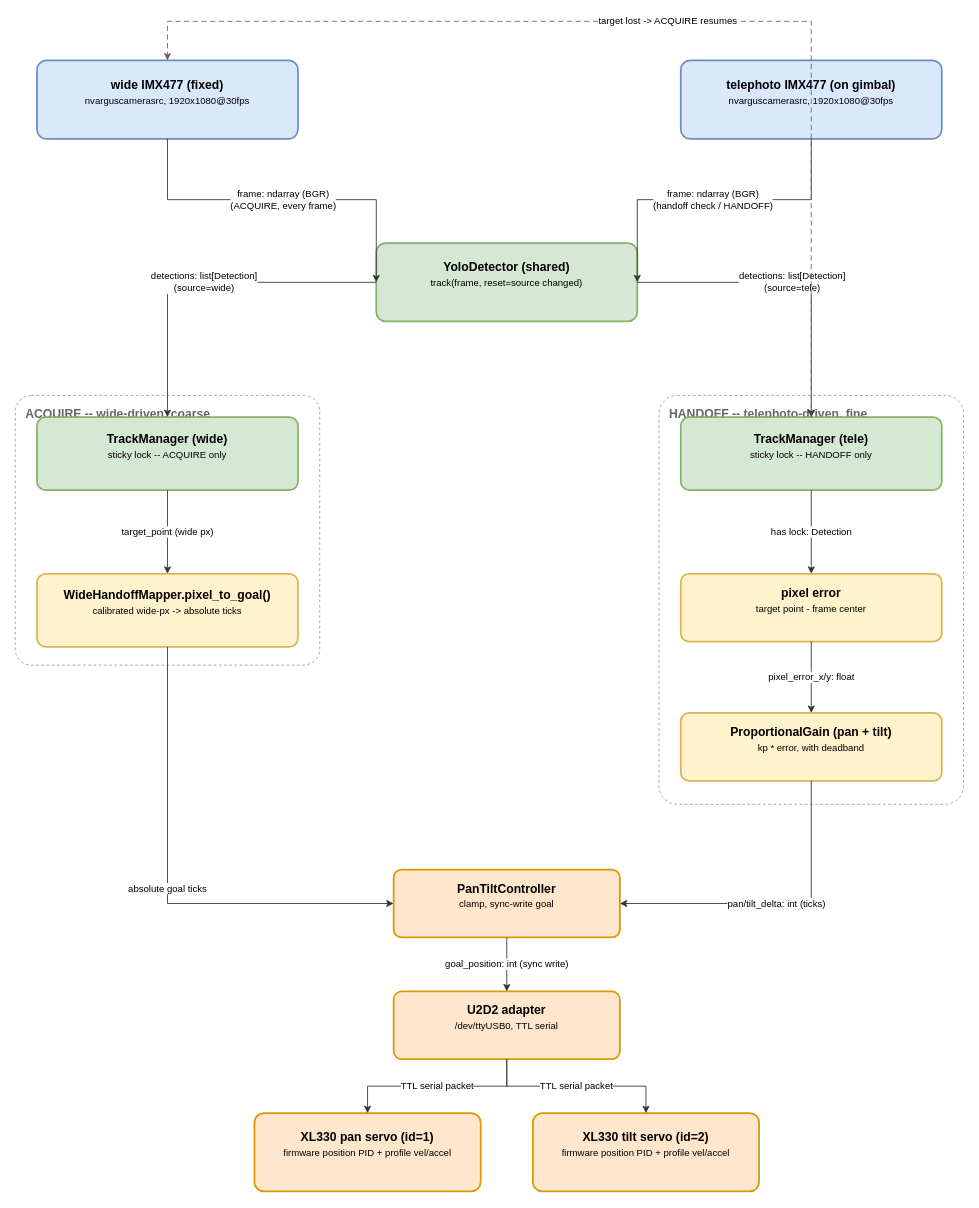
This is assets/block_diagram.drawio from beecars/pan-tilt-track, a draw.io file, before an edit. Source tidied: cells renumbered, new cells numbered last; positions are measured from the earlier drawing's top-left corner, leaving out a move shared by most shapes. Both pictures are drawn from the tidied source at 87%, with x=0, y=0 at pixel (15, 21).
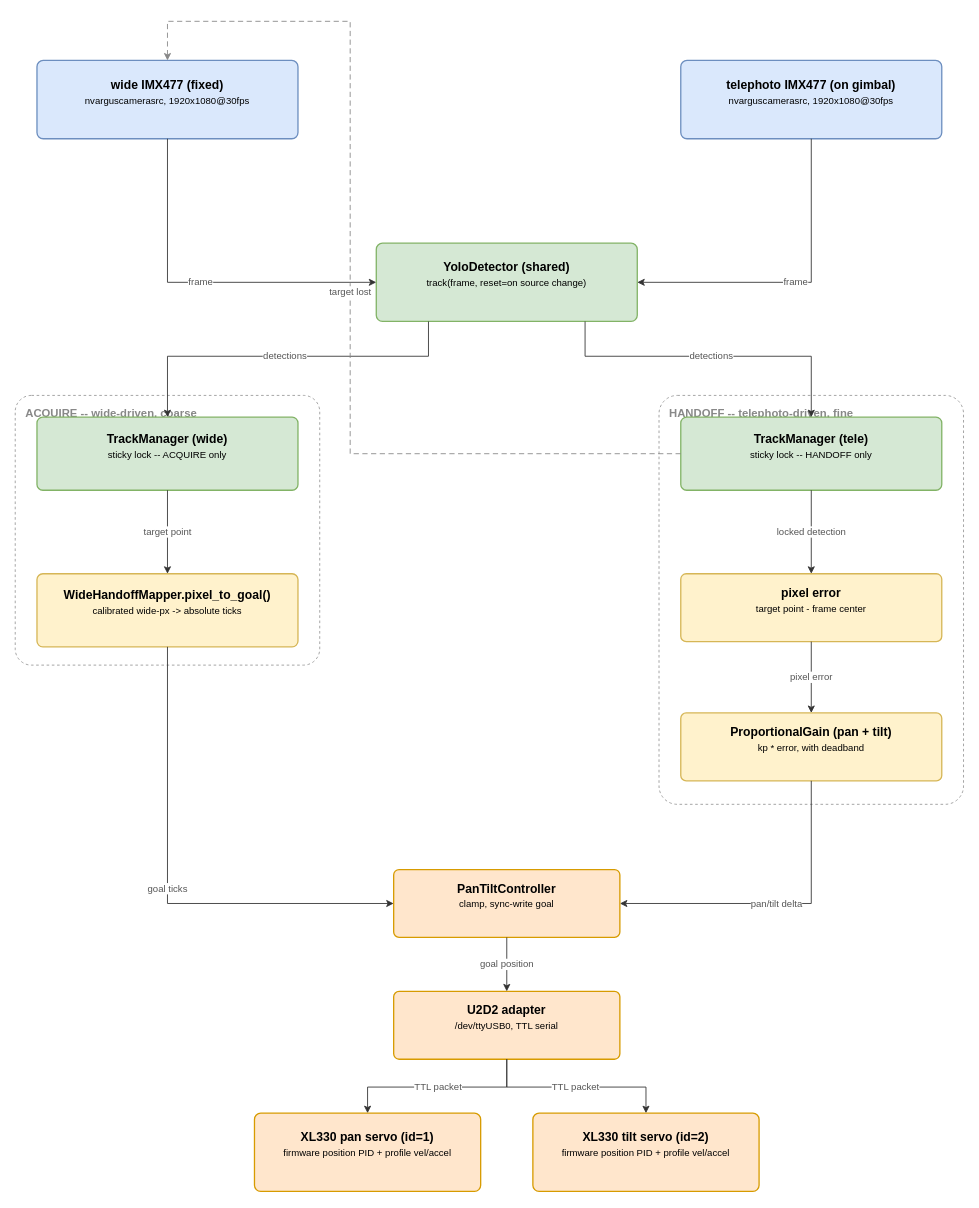
Above is the later version.

Commit message (it also covers changes not shown here):
Fix arrow collisions and shorten labels in block diagram

The edit, as a diff of the source:
```diff
@@
-    <mxCell id="2" value="ACQUIRE -- wide-driven, coarse" style="rounded=1;arcSize=6;dashed=1;whiteSpace=wrap;html=1;fillColor=none;strokeColor=#999999;verticalAlign=top;align=left;fontColor=#666666;fontStyle=1;fontSize=14;spacingLeft=10;spacingTop=6;" parent="1" vertex="1">
+    <mxCell id="2" value="ACQUIRE -- wide-driven, coarse" style="rounded=1;arcSize=6;dashed=1;whiteSpace=wrap;html=1;fillColor=none;strokeColor=#999999;verticalAlign=top;align=left;fontColor=#888888;fontStyle=1;fontSize=13;spacingLeft=10;spacingTop=6;" parent="1" vertex="1">
       <mxGeometry y="430" width="350" height="310" as="geometry" />
     </mxCell>
-    <mxCell id="3" value="HANDOFF -- telephoto-driven, fine" style="rounded=1;arcSize=6;dashed=1;whiteSpace=wrap;html=1;fillColor=none;strokeColor=#999999;verticalAlign=top;align=left;fontColor=#666666;fontStyle=1;fontSize=14;spacingLeft=10;spacingTop=6;" parent="1" vertex="1">
+    <mxCell id="3" value="HANDOFF -- telephoto-driven, fine" style="rounded=1;arcSize=6;dashed=1;whiteSpace=wrap;html=1;fillColor=none;strokeColor=#999999;verticalAlign=top;align=left;fontColor=#888888;fontStyle=1;fontSize=13;spacingLeft=10;spacingTop=6;" parent="1" vertex="1">
       <mxGeometry x="740" y="430" width="350" height="470" as="geometry" />
     </mxCell>
-    <mxCell id="4" value="wide IMX477 (fixed)&lt;div style=&quot;font-weight:normal;font-size:11px;margin-top:4px;&quot;&gt;nvarguscamerasrc, 1920x1080@30fps&lt;/div&gt;" style="rounded=1;arcSize=12;whiteSpace=wrap;html=1;fillColor=#dae8fc;strokeColor=#6c8ebf;strokeWidth=2;fontSize=14;fontStyle=1;verticalAlign=middle;spacingBottom=18;" parent="1" vertex="1">
+    <mxCell id="4" value="wide IMX477 (fixed)&lt;div style=&quot;font-weight:normal;font-size:11px;margin-top:4px;&quot;&gt;nvarguscamerasrc, 1920x1080@30fps&lt;/div&gt;" style="rounded=1;arcSize=8;whiteSpace=wrap;html=1;fillColor=#dae8fc;strokeColor=#6c8ebf;strokeWidth=1.5;fontSize=14;fontStyle=1;verticalAlign=middle;spacingBottom=18;" parent="1" vertex="1">
       <mxGeometry x="25" y="45" width="300" height="90" as="geometry" />
     </mxCell>
-    <mxCell id="5" value="telephoto IMX477 (on gimbal)&lt;div style=&quot;font-weight:normal;font-size:11px;margin-top:4px;&quot;&gt;nvarguscamerasrc, 1920x1080@30fps&lt;/div&gt;" style="rounded=1;arcSize=12;whiteSpace=wrap;html=1;fillColor=#dae8fc;strokeColor=#6c8ebf;strokeWidth=2;fontSize=14;fontStyle=1;verticalAlign=middle;spacingBottom=18;" parent="1" vertex="1">
+    <mxCell id="5" value="telephoto IMX477 (on gimbal)&lt;div style=&quot;font-weight:normal;font-size:11px;margin-top:4px;&quot;&gt;nvarguscamerasrc, 1920x1080@30fps&lt;/div&gt;" style="rounded=1;arcSize=8;whiteSpace=wrap;html=1;fillColor=#dae8fc;strokeColor=#6c8ebf;strokeWidth=1.5;fontSize=14;fontStyle=1;verticalAlign=middle;spacingBottom=18;" parent="1" vertex="1">
       <mxGeometry x="765" y="45" width="300" height="90" as="geometry" />
     </mxCell>
-    <mxCell id="6" value="YoloDetector (shared)&lt;div style=&quot;font-weight:normal;font-size:11px;margin-top:4px;&quot;&gt;track(frame, reset=source changed)&lt;/div&gt;" style="rounded=1;arcSize=12;whiteSpace=wrap;html=1;fillColor=#d5e8d4;strokeColor=#82b366;strokeWidth=2;fontSize=14;fontStyle=1;verticalAlign=middle;spacingBottom=18;" parent="1" vertex="1">
+    <mxCell id="6" value="YoloDetector (shared)&lt;div style=&quot;font-weight:normal;font-size:11px;margin-top:4px;&quot;&gt;track(frame, reset=on source change)&lt;/div&gt;" style="rounded=1;arcSize=8;whiteSpace=wrap;html=1;fillColor=#d5e8d4;strokeColor=#82b366;strokeWidth=1.5;fontSize=14;fontStyle=1;verticalAlign=middle;spacingBottom=18;" parent="1" vertex="1">
       <mxGeometry x="415" y="255" width="300" height="90" as="geometry" />
     </mxCell>
-    <mxCell id="7" value="TrackManager (wide)&lt;div style=&quot;font-weight:normal;font-size:11px;margin-top:4px;&quot;&gt;sticky lock -- ACQUIRE only&lt;/div&gt;" style="rounded=1;arcSize=12;whiteSpace=wrap;html=1;fillColor=#d5e8d4;strokeColor=#82b366;strokeWidth=2;fontSize=14;fontStyle=1;verticalAlign=middle;spacingBottom=18;" parent="1" vertex="1">
+    <mxCell id="7" value="TrackManager (wide)&lt;div style=&quot;font-weight:normal;font-size:11px;margin-top:4px;&quot;&gt;sticky lock -- ACQUIRE only&lt;/div&gt;" style="rounded=1;arcSize=8;whiteSpace=wrap;html=1;fillColor=#d5e8d4;strokeColor=#82b366;strokeWidth=1.5;fontSize=14;fontStyle=1;verticalAlign=middle;spacingBottom=18;" parent="1" vertex="1">
       <mxGeometry x="25" y="455" width="300" height="84" as="geometry" />
     </mxCell>
-    <mxCell id="8" value="TrackManager (tele)&lt;div style=&quot;font-weight:normal;font-size:11px;margin-top:4px;&quot;&gt;sticky lock -- HANDOFF only&lt;/div&gt;" style="rounded=1;arcSize=12;whiteSpace=wrap;html=1;fillColor=#d5e8d4;strokeColor=#82b366;strokeWidth=2;fontSize=14;fontStyle=1;verticalAlign=middle;spacingBottom=18;" parent="1" vertex="1">
+    <mxCell id="8" value="TrackManager (tele)&lt;div style=&quot;font-weight:normal;font-size:11px;margin-top:4px;&quot;&gt;sticky lock -- HANDOFF only&lt;/div&gt;" style="rounded=1;arcSize=8;whiteSpace=wrap;html=1;fillColor=#d5e8d4;strokeColor=#82b366;strokeWidth=1.5;fontSize=14;fontStyle=1;verticalAlign=middle;spacingBottom=18;" parent="1" vertex="1">
       <mxGeometry x="765" y="455" width="300" height="84" as="geometry" />
     </mxCell>
-    <mxCell id="9" value="WideHandoffMapper.pixel_to_goal()&lt;div style=&quot;font-weight:normal;font-size:11px;margin-top:4px;&quot;&gt;calibrated wide-px -&gt; absolute ticks&lt;/div&gt;" style="rounded=1;arcSize=12;whiteSpace=wrap;html=1;fillColor=#fff2cc;strokeColor=#d6b656;strokeWidth=2;fontSize=14;fontStyle=1;verticalAlign=middle;spacingBottom=18;" parent="1" vertex="1">
+    <mxCell id="9" value="WideHandoffMapper.pixel_to_goal()&lt;div style=&quot;font-weight:normal;font-size:11px;margin-top:4px;&quot;&gt;calibrated wide-px -&gt; absolute ticks&lt;/div&gt;" style="rounded=1;arcSize=8;whiteSpace=wrap;html=1;fillColor=#fff2cc;strokeColor=#d6b656;strokeWidth=1.5;fontSize=14;fontStyle=1;verticalAlign=middle;spacingBottom=18;" parent="1" vertex="1">
       <mxGeometry x="25" y="635" width="300" height="84" as="geometry" />
     </mxCell>
-    <mxCell id="10" value="pixel error&lt;div style=&quot;font-weight:normal;font-size:11px;margin-top:4px;&quot;&gt;target point - frame center&lt;/div&gt;" style="rounded=1;arcSize=12;whiteSpace=wrap;html=1;fillColor=#fff2cc;strokeColor=#d6b656;strokeWidth=2;fontSize=14;fontStyle=1;verticalAlign=middle;spacingBottom=18;" parent="1" vertex="1">
+    <mxCell id="10" value="pixel error&lt;div style=&quot;font-weight:normal;font-size:11px;margin-top:4px;&quot;&gt;target point - frame center&lt;/div&gt;" style="rounded=1;arcSize=8;whiteSpace=wrap;html=1;fillColor=#fff2cc;strokeColor=#d6b656;strokeWidth=1.5;fontSize=14;fontStyle=1;verticalAlign=middle;spacingBottom=18;" parent="1" vertex="1">
       <mxGeometry x="765" y="635" width="300" height="78" as="geometry" />
     </mxCell>
-    <mxCell id="11" value="ProportionalGain (pan + tilt)&lt;div style=&quot;font-weight:normal;font-size:11px;margin-top:4px;&quot;&gt;kp * error, with deadband&lt;/div&gt;" style="rounded=1;arcSize=12;whiteSpace=wrap;html=1;fillColor=#fff2cc;strokeColor=#d6b656;strokeWidth=2;fontSize=14;fontStyle=1;verticalAlign=middle;spacingBottom=18;" parent="1" vertex="1">
+    <mxCell id="11" value="ProportionalGain (pan + tilt)&lt;div style=&quot;font-weight:normal;font-size:11px;margin-top:4px;&quot;&gt;kp * error, with deadband&lt;/div&gt;" style="rounded=1;arcSize=8;whiteSpace=wrap;html=1;fillColor=#fff2cc;strokeColor=#d6b656;strokeWidth=1.5;fontSize=14;fontStyle=1;verticalAlign=middle;spacingBottom=18;" parent="1" vertex="1">
       <mxGeometry x="765" y="795" width="300" height="78" as="geometry" />
     </mxCell>
-    <mxCell id="12" value="PanTiltController&lt;div style=&quot;font-weight:normal;font-size:11px;margin-top:4px;&quot;&gt;clamp, sync-write goal&lt;/div&gt;" style="rounded=1;arcSize=12;whiteSpace=wrap;html=1;fillColor=#ffe6cc;strokeColor=#d79b00;strokeWidth=2;fontSize=14;fontStyle=1;verticalAlign=middle;spacingBottom=18;" parent="1" vertex="1">
+    <mxCell id="12" value="PanTiltController&lt;div style=&quot;font-weight:normal;font-size:11px;margin-top:4px;&quot;&gt;clamp, sync-write goal&lt;/div&gt;" style="rounded=1;arcSize=8;whiteSpace=wrap;html=1;fillColor=#ffe6cc;strokeColor=#d79b00;strokeWidth=1.5;fontSize=14;fontStyle=1;verticalAlign=middle;spacingBottom=18;" parent="1" vertex="1">
       <mxGeometry x="435" y="975" width="260" height="78" as="geometry" />
     </mxCell>
-    <mxCell id="13" value="U2D2 adapter&lt;div style=&quot;font-weight:normal;font-size:11px;margin-top:4px;&quot;&gt;/dev/ttyUSB0, TTL serial&lt;/div&gt;" style="rounded=1;arcSize=12;whiteSpace=wrap;html=1;fillColor=#ffe6cc;strokeColor=#d79b00;strokeWidth=2;fontSize=14;fontStyle=1;verticalAlign=middle;spacingBottom=18;" parent="1" vertex="1">
+    <mxCell id="13" value="U2D2 adapter&lt;div style=&quot;font-weight:normal;font-size:11px;margin-top:4px;&quot;&gt;/dev/ttyUSB0, TTL serial&lt;/div&gt;" style="rounded=1;arcSize=8;whiteSpace=wrap;html=1;fillColor=#ffe6cc;strokeColor=#d79b00;strokeWidth=1.5;fontSize=14;fontStyle=1;verticalAlign=middle;spacingBottom=18;" parent="1" vertex="1">
       <mxGeometry x="435" y="1115" width="260" height="78" as="geometry" />
     </mxCell>
-    <mxCell id="14" value="XL330 pan servo (id=1)&lt;div style=&quot;font-weight:normal;font-size:11px;margin-top:4px;&quot;&gt;firmware position PID + profile vel/accel&lt;/div&gt;" style="rounded=1;arcSize=12;whiteSpace=wrap;html=1;fillColor=#ffe6cc;strokeColor=#d79b00;strokeWidth=2;fontSize=14;fontStyle=1;verticalAlign=middle;spacingBottom=18;" parent="1" vertex="1">
+    <mxCell id="14" value="XL330 pan servo (id=1)&lt;div style=&quot;font-weight:normal;font-size:11px;margin-top:4px;&quot;&gt;firmware position PID + profile vel/accel&lt;/div&gt;" style="rounded=1;arcSize=8;whiteSpace=wrap;html=1;fillColor=#ffe6cc;strokeColor=#d79b00;strokeWidth=1.5;fontSize=14;fontStyle=1;verticalAlign=middle;spacingBottom=18;" parent="1" vertex="1">
       <mxGeometry x="275" y="1255" width="260" height="90" as="geometry" />
     </mxCell>
-    <mxCell id="15" value="XL330 tilt servo (id=2)&lt;div style=&quot;font-weight:normal;font-size:11px;margin-top:4px;&quot;&gt;firmware position PID + profile vel/accel&lt;/div&gt;" style="rounded=1;arcSize=12;whiteSpace=wrap;html=1;fillColor=#ffe6cc;strokeColor=#d79b00;strokeWidth=2;fontSize=14;fontStyle=1;verticalAlign=middle;spacingBottom=18;" parent="1" vertex="1">
+    <mxCell id="15" value="XL330 tilt servo (id=2)&lt;div style=&quot;font-weight:normal;font-size:11px;margin-top:4px;&quot;&gt;firmware position PID + profile vel/accel&lt;/div&gt;" style="rounded=1;arcSize=8;whiteSpace=wrap;html=1;fillColor=#ffe6cc;strokeColor=#d79b00;strokeWidth=1.5;fontSize=14;fontStyle=1;verticalAlign=middle;spacingBottom=18;" parent="1" vertex="1">
       <mxGeometry x="595" y="1255" width="260" height="90" as="geometry" />
     </mxCell>
-    <mxCell id="16" value="frame: ndarray (BGR)&#10;(ACQUIRE, every frame)" style="edgeStyle=orthogonalEdgeStyle;rounded=0;html=1;strokeColor=#333333;exitX=0.5;exitY=1;exitDx=0;exitDy=0;entryX=0;entryY=0.5;entryDx=0;entryDy=0;fontSize=11;" parent="1" edge="1" source="4" target="6">
+    <mxCell id="16" value="frame" style="edgeStyle=orthogonalEdgeStyle;rounded=0;html=1;strokeColor=#333333;exitX=0.500;exitY=1.000;exitDx=0;exitDy=0;entryX=0.000;entryY=0.500;entryDx=0;entryDy=0;fontSize=11;fontColor=#555555;labelBackgroundColor=#ffffff;" parent="1" edge="1" source="4" target="6">
       <mxGeometry relative="1" as="geometry">
         <Array as="points">
-          <mxPoint x="175" y="205" />
-          <mxPoint x="415" y="205" />
+          <mxPoint x="175" y="300" />
         </Array>
       </mxGeometry>
     </mxCell>
-    <mxCell id="17" value="frame: ndarray (BGR)&#10;(handoff check / HANDOFF)" style="edgeStyle=orthogonalEdgeStyle;rounded=0;html=1;strokeColor=#333333;exitX=0.5;exitY=1;exitDx=0;exitDy=0;entryX=1;entryY=0.5;entryDx=0;entryDy=0;fontSize=11;" parent="1" edge="1" source="5" target="6">
+    <mxCell id="17" value="frame" style="edgeStyle=orthogonalEdgeStyle;rounded=0;html=1;strokeColor=#333333;exitX=0.500;exitY=1.000;exitDx=0;exitDy=0;entryX=1.000;entryY=0.500;entryDx=0;entryDy=0;fontSize=11;fontColor=#555555;labelBackgroundColor=#ffffff;" parent="1" edge="1" source="5" target="6">
       <mxGeometry relative="1" as="geometry">
         <Array as="points">
-          <mxPoint x="915" y="205" />
-          <mxPoint x="715" y="205" />
+          <mxPoint x="915" y="300" />
         </Array>
       </mxGeometry>
     </mxCell>
-    <mxCell id="18" value="detections: list[Detection]&#10;(source=wide)" style="edgeStyle=orthogonalEdgeStyle;rounded=0;html=1;strokeColor=#333333;exitX=0;exitY=0.5;exitDx=0;exitDy=0;entryX=0.5;entryY=0;entryDx=0;entryDy=0;fontSize=11;" parent="1" edge="1" source="6" target="7">
-      <mxGeometry relative="1" as="geometry" />
+    <mxCell id="18" value="detections" style="edgeStyle=orthogonalEdgeStyle;rounded=0;html=1;strokeColor=#333333;exitX=0.200;exitY=1.000;exitDx=0;exitDy=0;entryX=0.500;entryY=0.000;entryDx=0;entryDy=0;fontSize=11;fontColor=#555555;labelBackgroundColor=#ffffff;" parent="1" edge="1" source="6" target="7">
+      <mxGeometry relative="1" as="geometry">
+        <Array as="points">
+          <mxPoint x="475" y="385" />
+          <mxPoint x="175" y="385" />
+        </Array>
+      </mxGeometry>
     </mxCell>
-    <mxCell id="19" value="detections: list[Detection]&#10;(source=tele)" style="edgeStyle=orthogonalEdgeStyle;rounded=0;html=1;strokeColor=#333333;exitX=1;exitY=0.5;exitDx=0;exitDy=0;entryX=0.5;entryY=0;entryDx=0;entryDy=0;fontSize=11;" parent="1" edge="1" source="6" target="8">
-      <mxGeometry relative="1" as="geometry" />
+    <mxCell id="19" value="detections" style="edgeStyle=orthogonalEdgeStyle;rounded=0;html=1;strokeColor=#333333;exitX=0.800;exitY=1.000;exitDx=0;exitDy=0;entryX=0.500;entryY=0.000;entryDx=0;entryDy=0;fontSize=11;fontColor=#555555;labelBackgroundColor=#ffffff;" parent="1" edge="1" source="6" target="8">
+      <mxGeometry relative="1" as="geometry">
+        <Array as="points">
+          <mxPoint x="655" y="385" />
+          <mxPoint x="915" y="385" />
+        </Array>
+      </mxGeometry>
     </mxCell>
-    <mxCell id="20" value="target_point (wide px)" style="edgeStyle=orthogonalEdgeStyle;rounded=0;html=1;strokeColor=#333333;exitX=0.5;exitY=1;exitDx=0;exitDy=0;entryX=0.5;entryY=0;entryDx=0;entryDy=0;fontSize=11;" parent="1" edge="1" source="7" target="9">
+    <mxCell id="20" value="target point" style="edgeStyle=orthogonalEdgeStyle;rounded=0;html=1;strokeColor=#333333;exitX=0.500;exitY=1.000;exitDx=0;exitDy=0;entryX=0.500;entryY=0.000;entryDx=0;entryDy=0;fontSize=11;fontColor=#555555;labelBackgroundColor=#ffffff;" parent="1" edge="1" source="7" target="9">
       <mxGeometry relative="1" as="geometry" />
     </mxCell>
-    <mxCell id="21" value="absolute goal ticks" style="edgeStyle=orthogonalEdgeStyle;rounded=0;html=1;strokeColor=#333333;exitX=0.5;exitY=1;exitDx=0;exitDy=0;entryX=0;entryY=0.5;entryDx=0;entryDy=0;fontSize=11;" parent="1" edge="1" source="9" target="12">
-      <mxGeometry relative="1" as="geometry" />
+    <mxCell id="21" value="goal ticks" style="edgeStyle=orthogonalEdgeStyle;rounded=0;html=1;strokeColor=#333333;exitX=0.500;exitY=1.000;exitDx=0;exitDy=0;entryX=0.000;entryY=0.500;entryDx=0;entryDy=0;fontSize=11;fontColor=#555555;labelBackgroundColor=#ffffff;" parent="1" edge="1" source="9" target="12">
+      <mxGeometry relative="1" as="geometry">
+        <Array as="points">
+          <mxPoint x="175" y="1014" />
+        </Array>
+      </mxGeometry>
     </mxCell>
-    <mxCell id="22" value="has lock: Detection" style="edgeStyle=orthogonalEdgeStyle;rounded=0;html=1;strokeColor=#333333;exitX=0.5;exitY=1;exitDx=0;exitDy=0;entryX=0.5;entryY=0;entryDx=0;entryDy=0;fontSize=11;" parent="1" edge="1" source="8" target="10">
+    <mxCell id="22" value="locked detection" style="edgeStyle=orthogonalEdgeStyle;rounded=0;html=1;strokeColor=#333333;exitX=0.500;exitY=1.000;exitDx=0;exitDy=0;entryX=0.500;entryY=0.000;entryDx=0;entryDy=0;fontSize=11;fontColor=#555555;labelBackgroundColor=#ffffff;" parent="1" edge="1" source="8" target="10">
       <mxGeometry relative="1" as="geometry" />
     </mxCell>
-    <mxCell id="23" value="pixel_error_x/y: float" style="edgeStyle=orthogonalEdgeStyle;rounded=0;html=1;strokeColor=#333333;exitX=0.5;exitY=1;exitDx=0;exitDy=0;entryX=0.5;entryY=0;entryDx=0;entryDy=0;fontSize=11;" parent="1" edge="1" source="10" target="11">
+    <mxCell id="23" value="pixel error" style="edgeStyle=orthogonalEdgeStyle;rounded=0;html=1;strokeColor=#333333;exitX=0.500;exitY=1.000;exitDx=0;exitDy=0;entryX=0.500;entryY=0.000;entryDx=0;entryDy=0;fontSize=11;fontColor=#555555;labelBackgroundColor=#ffffff;" parent="1" edge="1" source="10" target="11">
       <mxGeometry relative="1" as="geometry" />
     </mxCell>
-    <mxCell id="24" value="pan/tilt_delta: int (ticks)" style="edgeStyle=orthogonalEdgeStyle;rounded=0;html=1;strokeColor=#333333;exitX=0.5;exitY=1;exitDx=0;exitDy=0;entryX=1;entryY=0.5;entryDx=0;entryDy=0;fontSize=11;" parent="1" edge="1" source="11" target="12">
-      <mxGeometry relative="1" as="geometry" />
+    <mxCell id="24" value="pan/tilt delta" style="edgeStyle=orthogonalEdgeStyle;rounded=0;html=1;strokeColor=#333333;exitX=0.500;exitY=1.000;exitDx=0;exitDy=0;entryX=1.000;entryY=0.500;entryDx=0;entryDy=0;fontSize=11;fontColor=#555555;labelBackgroundColor=#ffffff;" parent="1" edge="1" source="11" target="12">
+      <mxGeometry relative="1" as="geometry">
+        <Array as="points">
+          <mxPoint x="915" y="1014" />
+        </Array>
+      </mxGeometry>
     </mxCell>
-    <mxCell id="25" value="goal_position: int (sync write)" style="edgeStyle=orthogonalEdgeStyle;rounded=0;html=1;strokeColor=#333333;exitX=0.5;exitY=1;exitDx=0;exitDy=0;entryX=0.5;entryY=0;entryDx=0;entryDy=0;fontSize=11;" parent="1" edge="1" source="12" target="13">
+    <mxCell id="25" value="goal position" style="edgeStyle=orthogonalEdgeStyle;rounded=0;html=1;strokeColor=#333333;exitX=0.500;exitY=1.000;exitDx=0;exitDy=0;entryX=0.500;entryY=0.000;entryDx=0;entryDy=0;fontSize=11;fontColor=#555555;labelBackgroundColor=#ffffff;" parent="1" edge="1" source="12" target="13">
       <mxGeometry relative="1" as="geometry" />
     </mxCell>
-    <mxCell id="26" value="TTL serial packet" style="edgeStyle=orthogonalEdgeStyle;rounded=0;html=1;strokeColor=#333333;exitX=0.5;exitY=1;exitDx=0;exitDy=0;entryX=0.5;entryY=0;entryDx=0;entryDy=0;fontSize=11;" parent="1" edge="1" source="13" target="14">
-      <mxGeometry relative="1" as="geometry" />
+    <mxCell id="26" value="TTL packet" style="edgeStyle=orthogonalEdgeStyle;rounded=0;html=1;strokeColor=#333333;exitX=0.500;exitY=1.000;exitDx=0;exitDy=0;entryX=0.500;entryY=0.000;entryDx=0;entryDy=0;fontSize=11;fontColor=#555555;labelBackgroundColor=#ffffff;" parent="1" edge="1" source="13" target="14">
+      <mxGeometry relative="1" as="geometry">
+        <Array as="points">
+          <mxPoint x="565" y="1225" />
+          <mxPoint x="405" y="1225" />
+        </Array>
+      </mxGeometry>
     </mxCell>
-    <mxCell id="27" value="TTL serial packet" style="edgeStyle=orthogonalEdgeStyle;rounded=0;html=1;strokeColor=#333333;exitX=0.5;exitY=1;exitDx=0;exitDy=0;entryX=0.5;entryY=0;entryDx=0;entryDy=0;fontSize=11;" parent="1" edge="1" source="13" target="15">
-      <mxGeometry relative="1" as="geometry" />
+    <mxCell id="27" value="TTL packet" style="edgeStyle=orthogonalEdgeStyle;rounded=0;html=1;strokeColor=#333333;exitX=0.500;exitY=1.000;exitDx=0;exitDy=0;entryX=0.500;entryY=0.000;entryDx=0;entryDy=0;fontSize=11;fontColor=#555555;labelBackgroundColor=#ffffff;" parent="1" edge="1" source="13" target="15">
+      <mxGeometry relative="1" as="geometry">
+        <Array as="points">
+          <mxPoint x="565" y="1225" />
+          <mxPoint x="725" y="1225" />
+        </Array>
+      </mxGeometry>
     </mxCell>
-    <mxCell id="28" value="target lost -&gt; ACQUIRE resumes" style="edgeStyle=orthogonalEdgeStyle;rounded=0;html=1;dashed=1;dashPattern=6 4;strokeColor=#666666;exitX=0.5;exitY=0;exitDx=0;exitDy=0;entryX=0.5;entryY=0;entryDx=0;entryDy=0;fontSize=11;" parent="1" edge="1" source="8" target="4">
+    <mxCell id="28" value="target lost" style="edgeStyle=orthogonalEdgeStyle;rounded=0;html=1;dashed=1;dashPattern=6 4;strokeColor=#888888;exitX=0.000;exitY=0.500;exitDx=0;exitDy=0;entryX=0.500;entryY=0.000;entryDx=0;entryDy=0;fontSize=11;fontColor=#555555;labelBackgroundColor=#ffffff;" parent="1" edge="1" source="8" target="4">
       <mxGeometry relative="1" as="geometry">
         <Array as="points">
-          <mxPoint x="915" />
+          <mxPoint x="385" y="497" />
+          <mxPoint x="385" />
           <mxPoint x="175" />
         </Array>
       </mxGeometry>
     </mxCell>
```
